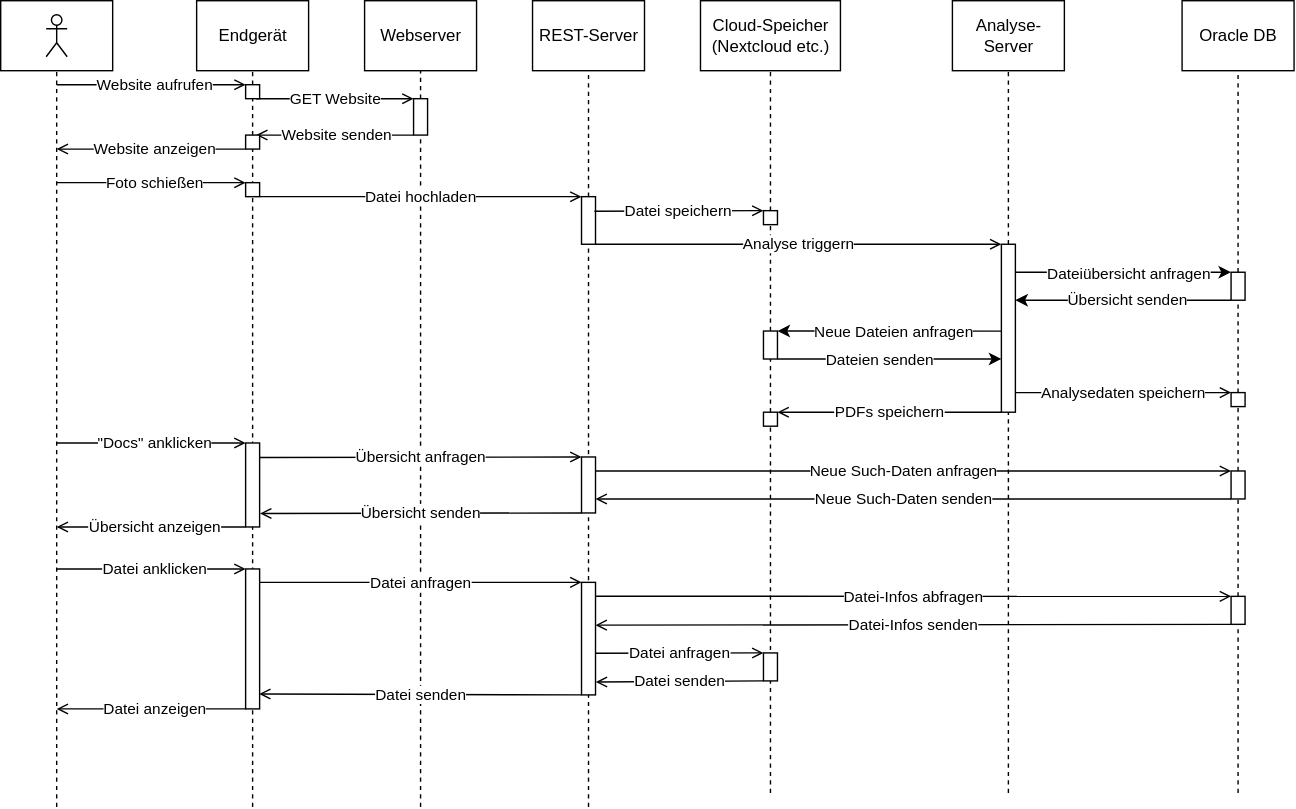
The draw.io diagram docs/Dokumentation/img/doc-ver_Diagramme-Sequenzdiagramm.svg in doc-ver/Doku, before a commit. Source tidied: cells renumbered, new cells last; positions are measured from the earlier drawing's top-left corner, leaving out a move shared by most shapes.
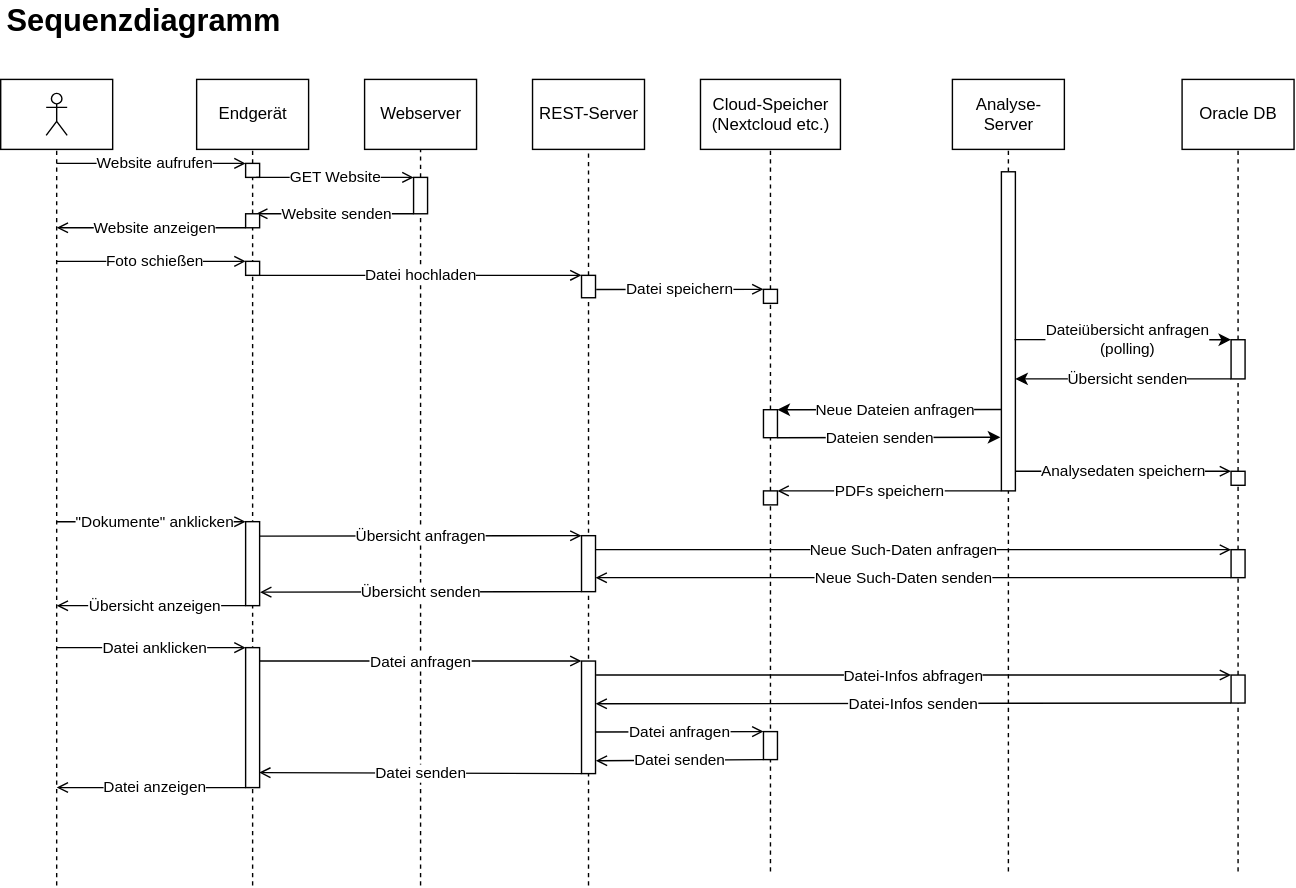
Later version of the same file.

Commit message:
Diagramme ueberarbeitet, Idee aus Expose hinzugefuegt

What changed in the source:
```diff
@@ -73,7 +73,7 @@
       <mxGeometry relative="1" as="geometry" />
     </mxCell>
     <mxCell id="22" style="rounded=0;whiteSpace=wrap;html=1;" parent="1" vertex="1">
-      <mxGeometry x="415" y="140" width="10" height="34" as="geometry" />
+      <mxGeometry x="415" y="140" width="10" height="16" as="geometry" />
     </mxCell>
     <mxCell id="23" style="endArrow=none;dashed=1;html=1;entryX=0.5;entryY=1;entryDx=0;entryDy=0;rounded=1;strokeWidth=1;" parent="1" edge="1" target="22">
       <mxGeometry relative="1" as="geometry">
@@ -97,10 +97,10 @@
     <mxCell id="28" style="rounded=0;whiteSpace=wrap;html=1;" parent="1" vertex="1">
       <mxGeometry x="545" y="150" width="10" height="10" as="geometry" />
     </mxCell>
-    <mxCell id="29" style="endArrow=none;dashed=1;html=1;strokeWidth=1;entryX=0.5;entryY=1;entryDx=0;entryDy=0;exitX=0.5;exitY=0;exitDx=0;exitDy=0;" parent="1" edge="1" source="77" target="28">
+    <mxCell id="29" style="endArrow=none;dashed=1;html=1;strokeWidth=1;entryX=0.5;entryY=1;entryDx=0;entryDy=0;exitX=0.5;exitY=0;exitDx=0;exitDy=0;" parent="1" edge="1" source="76" target="28">
       <mxGeometry relative="1" as="geometry" />
     </mxCell>
-    <mxCell id="30" value="Datei speichern" style="endArrow=open;html=1;strokeWidth=1;endFill=0;entryX=0;entryY=0;entryDx=0;entryDy=0;exitX=0.923;exitY=0.305;exitDx=0;exitDy=0;exitPerimeter=0;" parent="1" edge="1" source="22" target="28">
+    <mxCell id="30" value="Datei speichern" style="endArrow=open;html=1;strokeWidth=1;endFill=0;entryX=0;entryY=0;entryDx=0;entryDy=0;exitX=1.05;exitY=0.629;exitDx=0;exitDy=0;exitPerimeter=0;" parent="1" edge="1" source="22" target="28">
       <mxGeometry relative="1" as="geometry" />
     </mxCell>
     <mxCell id="31" value="Analyse-&lt;br&gt;Server" style="html=1;" parent="1" vertex="1">
@@ -110,17 +110,17 @@
       <mxGeometry relative="1" as="geometry" />
     </mxCell>
     <mxCell id="33" style="rounded=0;whiteSpace=wrap;html=1;" parent="1" vertex="1">
-      <mxGeometry x="715" y="174" width="10" height="120" as="geometry" />
+      <mxGeometry x="715" y="66" width="10" height="228" as="geometry" />
     </mxCell>
-    <mxCell id="34" style="endArrow=classic;html=1;strokeWidth=1;entryX=0;entryY=0;entryDx=0;entryDy=0;exitX=1;exitY=0.167;exitDx=0;exitDy=0;exitPerimeter=0;" parent="1" edge="1" source="33" target="73">
+    <mxCell id="34" style="endArrow=classic;html=1;strokeWidth=1;entryX=0;entryY=0;entryDx=0;entryDy=0;exitX=0.939;exitY=0.526;exitDx=0;exitDy=0;exitPerimeter=0;" parent="1" edge="1" source="33" target="72">
       <mxGeometry relative="1" as="geometry" />
     </mxCell>
-    <mxCell id="35" value="Dateiübersicht anfragen" style="edgeLabel;html=1;align=center;verticalAlign=middle;" parent="34" vertex="1">
+    <mxCell id="35" value="&lt;div&gt;Dateiübersicht anfragen&lt;/div&gt;&lt;div&gt;(polling)&lt;br&gt;&lt;/div&gt;" style="edgeLabel;html=1;align=center;verticalAlign=middle;" parent="34" vertex="1">
       <mxGeometry x="-0.14" y="3" relative="1" as="geometry">
         <mxPoint x="13.3" y="3" as="offset" />
       </mxGeometry>
     </mxCell>
-    <mxCell id="36" style="endArrow=classic;html=1;strokeWidth=1;exitX=0;exitY=1;exitDx=0;exitDy=0;entryX=0.994;entryY=0.333;entryDx=0;entryDy=0;entryPerimeter=0;" parent="1" edge="1" source="73" target="33">
+    <mxCell id="36" style="endArrow=classic;html=1;strokeWidth=1;exitX=0;exitY=1;exitDx=0;exitDy=0;entryX=0.994;entryY=0.649;entryDx=0;entryDy=0;entryPerimeter=0;" parent="1" edge="1" source="72" target="33">
       <mxGeometry relative="1" as="geometry" />
     </mxCell>
     <mxCell id="37" value="Übersicht senden" style="edgeLabel;html=1;align=center;verticalAlign=middle;" parent="36" vertex="1">
@@ -128,7 +128,7 @@
         <mxPoint x="-7.8" y="-3.1" as="offset" />
       </mxGeometry>
     </mxCell>
-    <mxCell id="38" style="endArrow=classic;html=1;strokeWidth=1;exitX=1;exitY=1;exitDx=0;exitDy=0;entryX=0;entryY=0.683;entryDx=0;entryDy=0;entryPerimeter=0;" parent="1" edge="1" source="77" target="33">
+    <mxCell id="38" style="endArrow=classic;html=1;strokeWidth=1;exitX=1;exitY=1;exitDx=0;exitDy=0;entryX=-0.077;entryY=0.832;entryDx=0;entryDy=0;entryPerimeter=0;" parent="1" edge="1" source="76" target="33">
       <mxGeometry relative="1" as="geometry" />
     </mxCell>
     <mxCell id="39" value="Dateien senden" style="edgeLabel;html=1;align=center;verticalAlign=middle;" parent="38" vertex="1">
@@ -136,7 +136,7 @@
         <mxPoint x="4" y="3" as="offset" />
       </mxGeometry>
     </mxCell>
-    <mxCell id="40" style="endArrow=classic;html=1;strokeWidth=1;entryX=1;entryY=0;entryDx=0;entryDy=0;exitX=-0.013;exitY=0.517;exitDx=0;exitDy=0;exitPerimeter=0;" parent="1" edge="1" source="33" target="77">
+    <mxCell id="40" style="endArrow=classic;html=1;strokeWidth=1;entryX=1;entryY=0;entryDx=0;entryDy=0;exitX=0.04;exitY=0.745;exitDx=0;exitDy=0;exitPerimeter=0;" parent="1" edge="1" source="33" target="76">
       <mxGeometry relative="1" as="geometry" />
     </mxCell>
     <mxCell id="41" value="Neue Dateien anfragen" style="edgeLabel;html=1;align=center;verticalAlign=middle;" parent="40" vertex="1">
@@ -147,13 +147,13 @@
     <mxCell id="42" value="Oracle DB" style="html=1;" parent="1" vertex="1">
       <mxGeometry x="844.1" width="80" height="50" as="geometry" />
     </mxCell>
-    <mxCell id="43" style="endArrow=none;dashed=1;html=1;entryX=0.5;entryY=1;entryDx=0;entryDy=0;rounded=1;strokeWidth=1;" parent="1" edge="1" source="73" target="42">
+    <mxCell id="43" style="endArrow=none;dashed=1;html=1;entryX=0.5;entryY=1;entryDx=0;entryDy=0;rounded=1;strokeWidth=1;" parent="1" edge="1" source="72" target="42">
       <mxGeometry relative="1" as="geometry" />
     </mxCell>
     <mxCell id="44" style="rounded=0;whiteSpace=wrap;html=1;" parent="1" vertex="1">
       <mxGeometry x="879.1" y="280" width="10" height="10" as="geometry" />
     </mxCell>
-    <mxCell id="45" style="endArrow=none;dashed=1;html=1;entryX=0.5;entryY=1;entryDx=0;entryDy=0;rounded=1;strokeWidth=1;exitX=0.5;exitY=0;exitDx=0;exitDy=0;" parent="1" edge="1" source="71" target="44">
+    <mxCell id="45" style="endArrow=none;dashed=1;html=1;entryX=0.5;entryY=1;entryDx=0;entryDy=0;rounded=1;strokeWidth=1;exitX=0.5;exitY=0;exitDx=0;exitDy=0;" parent="1" edge="1" source="70" target="44">
       <mxGeometry relative="1" as="geometry" />
     </mxCell>
     <mxCell id="46" value="Analysedaten speichern" style="endArrow=open;html=1;strokeWidth=1;endFill=0;entryX=0;entryY=0;entryDx=0;entryDy=0;" parent="1" edge="1" target="44">
@@ -175,7 +175,7 @@
     <mxCell id="50" style="rounded=0;whiteSpace=wrap;html=1;" parent="1" vertex="1">
       <mxGeometry x="175" y="316" width="10" height="60" as="geometry" />
     </mxCell>
-    <mxCell id="51" value="&quot;Docs&quot; anklicken" style="endArrow=open;html=1;strokeWidth=1;endFill=0;entryX=0;entryY=0;entryDx=0;entryDy=0;" parent="1" edge="1" target="50">
+    <mxCell id="51" value="&lt;div&gt;&quot;Dokumente&quot; anklicken&lt;/div&gt;" style="endArrow=open;html=1;strokeWidth=1;endFill=0;entryX=0;entryY=0;entryDx=0;entryDy=0;" parent="1" edge="1" target="50">
       <mxGeometry x="0.04" relative="1" as="geometry">
         <mxPoint x="40" y="316" as="sourcePoint" />
       </mxGeometry>
@@ -186,10 +186,10 @@
     <mxCell id="53" style="rounded=0;whiteSpace=wrap;html=1;" parent="1" vertex="1">
       <mxGeometry x="415" y="326" width="10" height="40" as="geometry" />
     </mxCell>
-    <mxCell id="54" value="Neue Such-Daten anfragen" style="endArrow=open;html=1;strokeWidth=1;endFill=0;entryX=0;entryY=0;entryDx=0;entryDy=0;exitX=1;exitY=0.25;exitDx=0;exitDy=0;" parent="1" edge="1" source="53" target="71">
+    <mxCell id="54" value="Neue Such-Daten anfragen" style="endArrow=open;html=1;strokeWidth=1;endFill=0;entryX=0;entryY=0;entryDx=0;entryDy=0;exitX=1;exitY=0.25;exitDx=0;exitDy=0;" parent="1" edge="1" source="53" target="70">
       <mxGeometry x="-0.03" relative="1" as="geometry" />
     </mxCell>
-    <mxCell id="55" value="Neue Such-Daten senden" style="endArrow=open;html=1;strokeWidth=1;endFill=0;entryX=1;entryY=0.75;entryDx=0;entryDy=0;exitX=0;exitY=1;exitDx=0;exitDy=0;" parent="1" edge="1" source="71" target="53">
+    <mxCell id="55" value="Neue Such-Daten senden" style="endArrow=open;html=1;strokeWidth=1;endFill=0;entryX=1;entryY=0.75;entryDx=0;entryDy=0;exitX=0;exitY=1;exitDx=0;exitDy=0;" parent="1" edge="1" source="70" target="53">
       <mxGeometry x="0.03" relative="1" as="geometry" />
     </mxCell>
     <mxCell id="56" value="Übersicht senden" style="endArrow=open;html=1;strokeWidth=1;endFill=0;exitX=0;exitY=1;exitDx=0;exitDy=0;entryX=1.033;entryY=0.839;entryDx=0;entryDy=0;entryPerimeter=0;" parent="1" edge="1" source="53" target="50">
@@ -222,7 +222,7 @@
     <mxCell id="62" value="Datei senden" style="endArrow=open;html=1;strokeWidth=1;endFill=0;exitX=0;exitY=1;exitDx=0;exitDy=0;entryX=0.967;entryY=0.893;entryDx=0;entryDy=0;entryPerimeter=0;" parent="1" edge="1" source="61" target="58">
       <mxGeometry relative="1" as="geometry" />
     </mxCell>
-    <mxCell id="63" value="Datei-Infos abfragen" style="endArrow=open;html=1;strokeWidth=1;endFill=0;entryX=0;entryY=0;entryDx=0;entryDy=0;exitX=1.041;exitY=0.124;exitDx=0;exitDy=0;exitPerimeter=0;" parent="1" edge="1" source="61" target="75">
+    <mxCell id="63" value="Datei-Infos abfragen" style="endArrow=open;html=1;strokeWidth=1;endFill=0;entryX=0;entryY=0;entryDx=0;entryDy=0;exitX=1.041;exitY=0.124;exitDx=0;exitDy=0;exitPerimeter=0;" parent="1" edge="1" source="61" target="74">
       <mxGeometry relative="1" as="geometry" />
     </mxCell>
     <mxCell id="64" style="endArrow=none;dashed=1;html=1;rounded=1;strokeWidth=1;entryX=0.5;entryY=1;entryDx=0;entryDy=0;" parent="1" edge="1" target="33">
@@ -230,7 +230,7 @@
         <mxPoint x="720" y="566" as="sourcePoint" />
       </mxGeometry>
     </mxCell>
-    <mxCell id="65" value="Datei-Infos senden" style="endArrow=open;html=1;strokeWidth=1;endFill=0;exitX=0;exitY=1;exitDx=0;exitDy=0;entryX=1.002;entryY=0.38;entryDx=0;entryDy=0;entryPerimeter=0;" parent="1" edge="1" source="75" target="61">
+    <mxCell id="65" value="Datei-Infos senden" style="endArrow=open;html=1;strokeWidth=1;endFill=0;exitX=0;exitY=1;exitDx=0;exitDy=0;entryX=1.002;entryY=0.38;entryDx=0;entryDy=0;entryPerimeter=0;" parent="1" edge="1" source="74" target="61">
       <mxGeometry relative="1" as="geometry" />
     </mxCell>
     <mxCell id="66" value="Datei anfragen" style="endArrow=open;html=1;strokeWidth=1;endFill=0;exitX=1.016;exitY=0.63;exitDx=0;exitDy=0;exitPerimeter=0;entryX=0;entryY=0;entryDx=0;entryDy=0;" parent="1" edge="1" source="61" target="67">
@@ -250,34 +250,34 @@
         </Array>
       </mxGeometry>
     </mxCell>
+    <mxCell id="79" value="Sequenzdiagramm" style="text;html=1;strokeColor=none;fillColor=none;align=center;verticalAlign=middle;whiteSpace=wrap;rounded=0;fontSize=22;fontStyle=1;" parent="1" vertex="1">
+      <mxGeometry y="-56" width="205" height="30" as="geometry" />
+    </mxCell>
-    <mxCell id="70" value="Analyse triggern" style="endArrow=open;html=1;strokeWidth=1;endFill=0;exitX=1;exitY=1;exitDx=0;exitDy=0;entryX=0;entryY=0;entryDx=0;entryDy=0;" parent="1" edge="1" source="22" target="33">
-      <mxGeometry relative="1" as="geometry" />
+    <mxCell id="70" style="rounded=0;whiteSpace=wrap;html=1;" parent="1" vertex="1">
+      <mxGeometry x="879.1" y="336" width="10" height="20" as="geometry" />
     </mxCell>
-    <mxCell id="71" style="rounded=0;whiteSpace=wrap;html=1;" parent="1" vertex="1">
-      <mxGeometry x="879.1" y="336" width="10" height="20" as="geometry" />
+    <mxCell id="71" style="endArrow=none;dashed=1;html=1;entryX=0.5;entryY=1;entryDx=0;entryDy=0;rounded=1;strokeWidth=1;" parent="1" edge="1" source="74" target="70">
+      <mxGeometry relative="1" as="geometry" />
     </mxCell>
-    <mxCell id="72" style="endArrow=none;dashed=1;html=1;entryX=0.5;entryY=1;entryDx=0;entryDy=0;rounded=1;strokeWidth=1;" parent="1" edge="1" source="75" target="71">
-      <mxGeometry relative="1" as="geometry" />
+    <mxCell id="72" style="rounded=0;whiteSpace=wrap;html=1;" parent="1" vertex="1">
+      <mxGeometry x="879.1" y="186" width="10" height="28" as="geometry" />
     </mxCell>
-    <mxCell id="73" style="rounded=0;whiteSpace=wrap;html=1;" parent="1" vertex="1">
-      <mxGeometry x="879.1" y="194" width="10" height="20" as="geometry" />
+    <mxCell id="73" style="endArrow=none;dashed=1;html=1;entryX=0.5;entryY=1;entryDx=0;entryDy=0;rounded=1;strokeWidth=1;exitX=0.5;exitY=0;exitDx=0;exitDy=0;" parent="1" edge="1" source="44" target="72">
+      <mxGeometry relative="1" as="geometry" />
     </mxCell>
-    <mxCell id="74" style="endArrow=none;dashed=1;html=1;entryX=0.5;entryY=1;entryDx=0;entryDy=0;rounded=1;strokeWidth=1;exitX=0.5;exitY=0;exitDx=0;exitDy=0;" parent="1" edge="1" source="44" target="73">
-      <mxGeometry relative="1" as="geometry" />
+    <mxCell id="74" style="rounded=0;whiteSpace=wrap;html=1;" parent="1" vertex="1">
+      <mxGeometry x="879.1" y="425.6" width="10" height="20" as="geometry" />
     </mxCell>
-    <mxCell id="75" style="rounded=0;whiteSpace=wrap;html=1;" parent="1" vertex="1">
-      <mxGeometry x="879.1" y="425.6" width="10" height="20" as="geometry" />
+    <mxCell id="75" style="endArrow=none;dashed=1;html=1;entryX=0.5;entryY=1;entryDx=0;entryDy=0;rounded=1;strokeWidth=1;" parent="1" edge="1" target="74">
+      <mxGeometry relative="1" as="geometry">
+        <mxPoint x="884.1" y="566" as="sourcePoint" />
+      </mxGeometry>
     </mxCell>
-    <mxCell id="76" style="endArrow=none;dashed=1;html=1;entryX=0.5;entryY=1;entryDx=0;entryDy=0;rounded=1;strokeWidth=1;" parent="1" edge="1" target="75">
-      <mxGeometry relative="1" as="geometry">
-        <mxPoint x="884.1" y="566" as="sourcePoint" />
-      </mxGeometry>
+    <mxCell id="76" style="rounded=0;whiteSpace=wrap;html=1;" parent="1" vertex="1">
+      <mxGeometry x="545" y="236" width="10" height="20" as="geometry" />
     </mxCell>
-    <mxCell id="77" style="rounded=0;whiteSpace=wrap;html=1;" parent="1" vertex="1">
-      <mxGeometry x="545" y="236" width="10" height="20" as="geometry" />
+    <mxCell id="77" style="endArrow=none;dashed=1;html=1;strokeWidth=1;entryX=0.5;entryY=1;entryDx=0;entryDy=0;exitX=0.5;exitY=0;exitDx=0;exitDy=0;" parent="1" edge="1" source="47" target="76">
+      <mxGeometry relative="1" as="geometry" />
     </mxCell>
-    <mxCell id="78" style="endArrow=none;dashed=1;html=1;strokeWidth=1;entryX=0.5;entryY=1;entryDx=0;entryDy=0;exitX=0.5;exitY=0;exitDx=0;exitDy=0;" parent="1" edge="1" source="47" target="77">
-      <mxGeometry relative="1" as="geometry" />
-    </mxCell>
   </root>
 </mxGraphModel>
```
